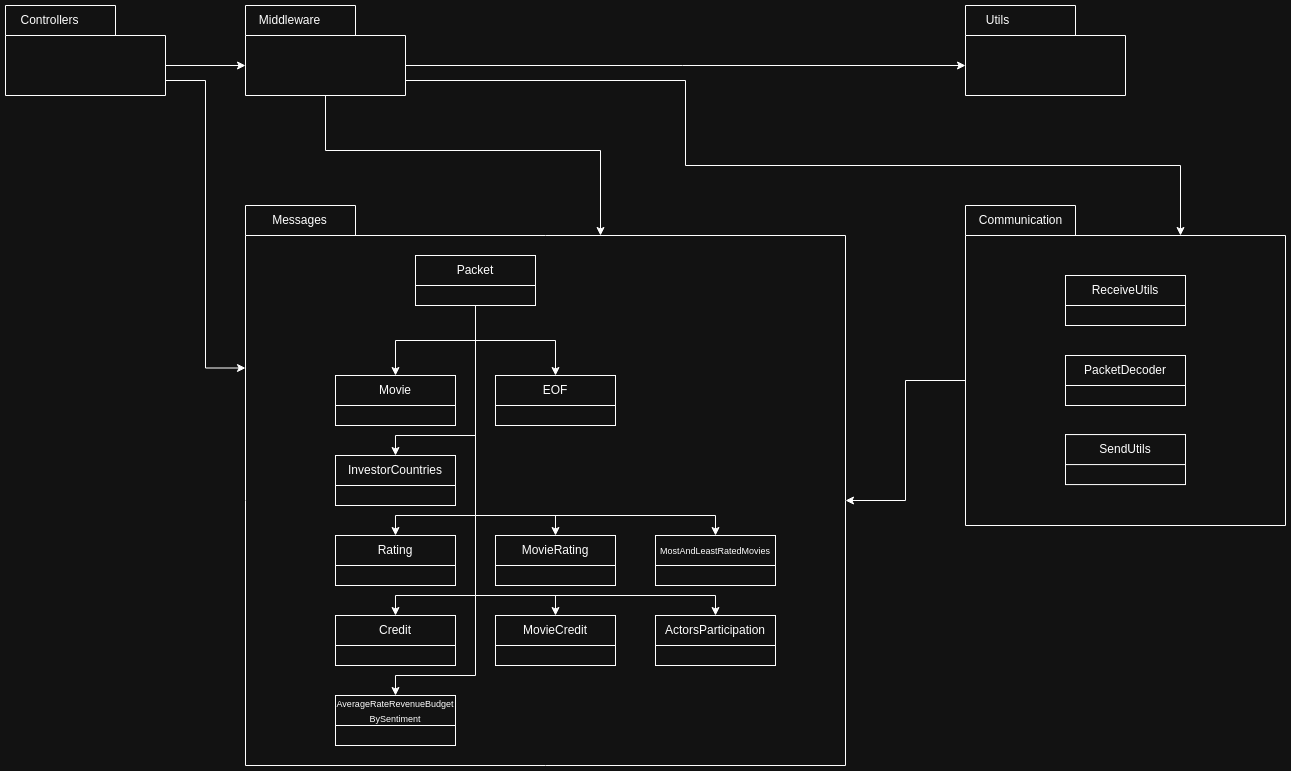
Earlier version of the draw.io export diagramas/paquetes/diagrama_paquetes.png (AlanBotoshansky/distribuidos-tp-grupo2). Source tidied: cells renumbered, new cells last; positions are measured from the earlier drawing's top-left corner, leaving out a move shared by most shapes.
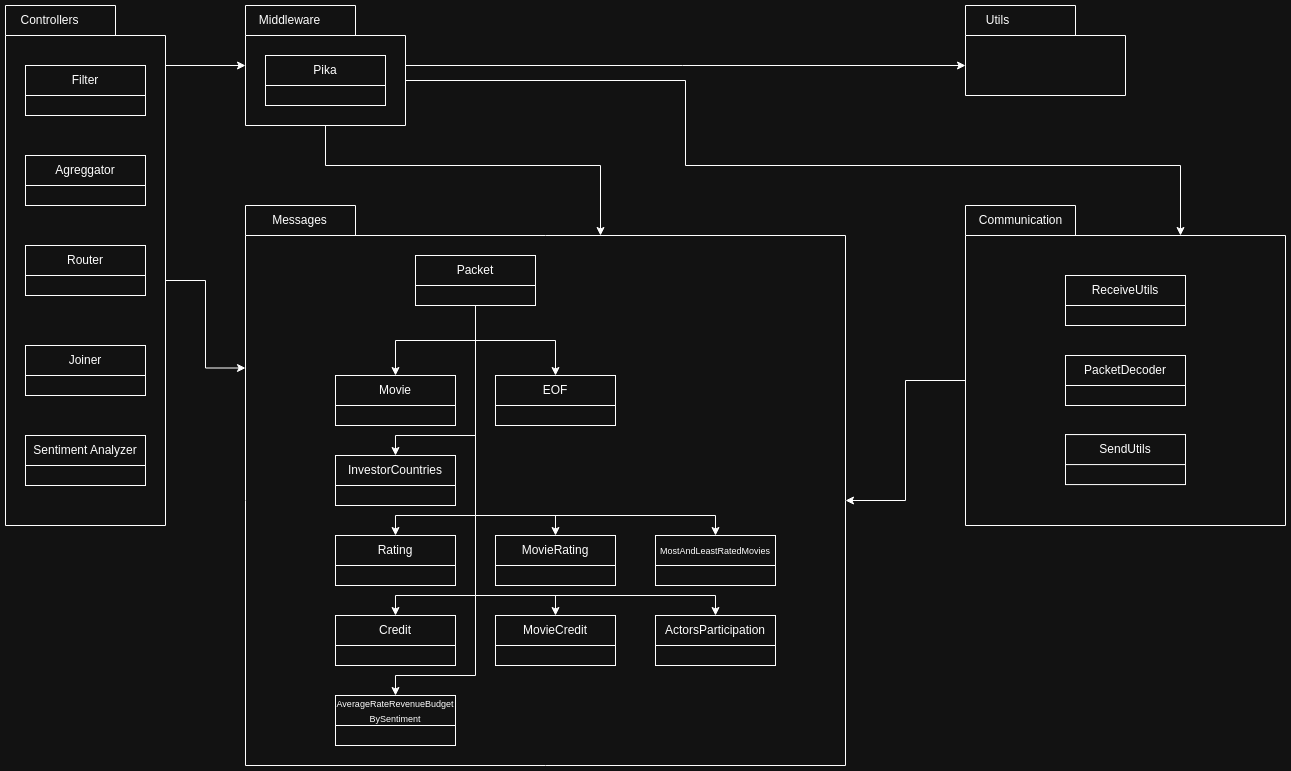
After the change.

The edit, as a diff of the source:
```diff
@@ -232,19 +232,28 @@
       <mxGeometry width="120" height="30" as="geometry" />
     </mxCell>
     <mxCell id="65" style="group;" parent="1" vertex="1">
-      <mxGeometry x="240" width="160" height="90" as="geometry" />
+      <mxGeometry x="240" width="160" height="120" as="geometry" />
     </mxCell>
     <mxCell id="66" style="group;" parent="65" vertex="1">
-      <mxGeometry width="160" height="90" as="geometry" />
+      <mxGeometry width="160" height="120" as="geometry" />
     </mxCell>
     <mxCell id="67" style="shape=folder;fontStyle=1;spacingTop=10;tabWidth=110;tabHeight=30;tabPosition=left;html=1;whiteSpace=wrap;" parent="66" vertex="1">
-      <mxGeometry width="160" height="90" as="geometry" />
+      <mxGeometry width="160" height="120" as="geometry" />
     </mxCell>
     <mxCell id="68" value="Middleware" style="text;html=1;align=center;verticalAlign=middle;strokeColor=none;fillColor=none;" parent="66" vertex="1">
       <mxGeometry x="3.7" width="80" height="30" as="geometry" />
     </mxCell>
+    <mxCell id="84" style="group;" parent="66" vertex="1">
+      <mxGeometry x="20" y="50" width="120" height="66.7" as="geometry" />
+    </mxCell>
+    <mxCell id="85" style="rounded=0;whiteSpace=wrap;html=1;" parent="84" vertex="1">
+      <mxGeometry width="120" height="50" as="geometry" />
+    </mxCell>
+    <mxCell id="86" value="Pika" style="rounded=0;whiteSpace=wrap;html=1;" parent="84" vertex="1">
+      <mxGeometry width="120" height="30" as="geometry" />
+    </mxCell>
     <mxCell id="69" style="group;" parent="65" vertex="1">
-      <mxGeometry x="26.7" y="60" width="106.7" height="21.4" as="geometry" />
+      <mxGeometry x="26.7" y="80" width="106.7" height="28.6" as="geometry" />
     </mxCell>
     <mxCell id="70" style="group;" parent="1" vertex="1">
       <mxGeometry x="960" width="160" height="90" as="geometry" />
@@ -274,24 +283,69 @@
       </mxGeometry>
     </mxCell>
     <mxCell id="77" style="group;" parent="1" vertex="1">
-      <mxGeometry width="160" height="90" as="geometry" />
+      <mxGeometry width="160" height="520" as="geometry" />
     </mxCell>
     <mxCell id="78" style="group;" parent="77" vertex="1">
-      <mxGeometry width="160" height="90" as="geometry" />
+      <mxGeometry width="160" height="520" as="geometry" />
     </mxCell>
     <mxCell id="79" style="shape=folder;fontStyle=1;spacingTop=10;tabWidth=110;tabHeight=30;tabPosition=left;html=1;whiteSpace=wrap;" parent="78" vertex="1">
-      <mxGeometry width="160" height="90" as="geometry" />
+      <mxGeometry width="160" height="520" as="geometry" />
     </mxCell>
     <mxCell id="80" value="Controllers" style="text;html=1;align=center;verticalAlign=middle;strokeColor=none;fillColor=none;" parent="78" vertex="1">
       <mxGeometry x="3.7" width="80" height="30" as="geometry" />
     </mxCell>
+    <mxCell id="87" style="group;" parent="78" vertex="1">
+      <mxGeometry x="20" y="60" width="120" height="50" as="geometry" />
+    </mxCell>
+    <mxCell id="88" style="rounded=0;whiteSpace=wrap;html=1;" parent="87" vertex="1">
+      <mxGeometry width="120" height="50" as="geometry" />
+    </mxCell>
+    <mxCell id="89" value="Filter" style="rounded=0;whiteSpace=wrap;html=1;" parent="87" vertex="1">
+      <mxGeometry width="120" height="30" as="geometry" />
+    </mxCell>
+    <mxCell id="90" style="group;" parent="78" vertex="1">
+      <mxGeometry x="20" y="150" width="120" height="50" as="geometry" />
+    </mxCell>
+    <mxCell id="91" style="rounded=0;whiteSpace=wrap;html=1;" parent="90" vertex="1">
+      <mxGeometry width="120" height="50" as="geometry" />
+    </mxCell>
+    <mxCell id="92" value="Agreggator" style="rounded=0;whiteSpace=wrap;html=1;" parent="90" vertex="1">
+      <mxGeometry width="120" height="30" as="geometry" />
+    </mxCell>
+    <mxCell id="93" style="group;" parent="78" vertex="1">
+      <mxGeometry x="20" y="240" width="120" height="50" as="geometry" />
+    </mxCell>
+    <mxCell id="94" style="rounded=0;whiteSpace=wrap;html=1;" parent="93" vertex="1">
+      <mxGeometry width="120" height="50" as="geometry" />
+    </mxCell>
+    <mxCell id="95" value="Router" style="rounded=0;whiteSpace=wrap;html=1;" parent="93" vertex="1">
+      <mxGeometry width="120" height="30" as="geometry" />
+    </mxCell>
+    <mxCell id="96" style="group;" parent="78" vertex="1">
+      <mxGeometry x="20" y="340" width="120" height="50" as="geometry" />
+    </mxCell>
+    <mxCell id="97" style="rounded=0;whiteSpace=wrap;html=1;" parent="96" vertex="1">
+      <mxGeometry width="120" height="50" as="geometry" />
+    </mxCell>
+    <mxCell id="98" value="Joiner" style="rounded=0;whiteSpace=wrap;html=1;" parent="96" vertex="1">
+      <mxGeometry width="120" height="30" as="geometry" />
+    </mxCell>
+    <mxCell id="99" style="group;" parent="78" vertex="1">
+      <mxGeometry x="20" y="430" width="120" height="50" as="geometry" />
+    </mxCell>
+    <mxCell id="100" style="rounded=0;whiteSpace=wrap;html=1;" parent="99" vertex="1">
+      <mxGeometry width="120" height="50" as="geometry" />
+    </mxCell>
+    <mxCell id="101" value="Sentiment Analyzer" style="rounded=0;whiteSpace=wrap;html=1;" parent="99" vertex="1">
+      <mxGeometry width="120" height="30" as="geometry" />
+    </mxCell>
     <mxCell id="81" style="group;" parent="77" vertex="1">
-      <mxGeometry x="26.7" y="60" width="106.7" height="21.4" as="geometry" />
+      <mxGeometry x="26.7" y="346.7" width="106.7" height="123.8" as="geometry" />
     </mxCell>
     <mxCell id="82" style="edgeStyle=orthogonalEdgeStyle;shape=connector;rounded=0;hachureGap=4;jettySize=auto;html=1;exitX=0;exitY=0;exitDx=160;exitDy=60;exitPerimeter=0;entryX=0;entryY=0;entryDx=0;entryDy=60;entryPerimeter=0;strokeColor=default;align=center;verticalAlign=middle;fontFamily=Architects Daughter;fontSource=https%3A%2F%2Ffonts.googleapis.com%2Fcss%3Ffamily%3DArchitects%2BDaughter;fontSize=11;fontColor=default;labelBackgroundColor=default;endArrow=classic;" parent="1" edge="1" source="79" target="67">
       <mxGeometry relative="1" as="geometry" />
     </mxCell>
-    <mxCell id="83" style="edgeStyle=orthogonalEdgeStyle;shape=connector;rounded=0;hachureGap=4;jettySize=auto;html=1;exitX=0;exitY=0;exitDx=160;exitDy=75;exitPerimeter=0;entryX=0;entryY=0;entryDx=0;entryDy=162.5;entryPerimeter=0;strokeColor=default;align=center;verticalAlign=middle;fontFamily=Architects Daughter;fontSource=https%3A%2F%2Ffonts.googleapis.com%2Fcss%3Ffamily%3DArchitects%2BDaughter;fontSize=11;fontColor=default;labelBackgroundColor=default;endArrow=classic;" parent="1" edge="1" source="79" target="4">
+    <mxCell id="83" style="edgeStyle=orthogonalEdgeStyle;shape=connector;rounded=0;hachureGap=4;jettySize=auto;html=1;entryX=0;entryY=0;entryDx=0;entryDy=162.5;entryPerimeter=0;strokeColor=default;align=center;verticalAlign=middle;fontFamily=Architects Daughter;fontSource=https%3A%2F%2Ffonts.googleapis.com%2Fcss%3Ffamily%3DArchitects%2BDaughter;fontSize=11;fontColor=default;labelBackgroundColor=default;endArrow=classic;exitX=0;exitY=0;exitDx=160;exitDy=275;exitPerimeter=0;" parent="1" edge="1" source="79" target="4">
       <mxGeometry relative="1" as="geometry" />
     </mxCell>
   </root>
```
